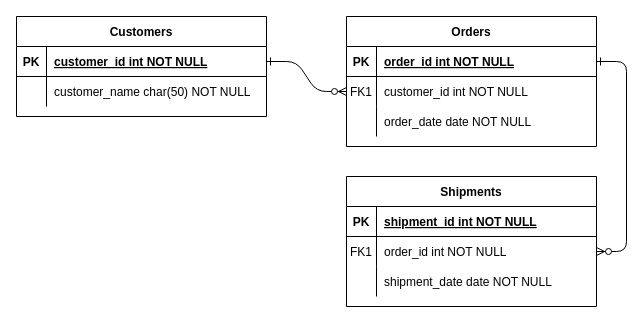
zaimazhar/pikpv2 keeps this draw.io diagram as drawing/Untitled Diagram.drawio. Above is the earlier version. Source tidied: cells renumbered, new cells numbered last; positions are measured from the earlier drawing's top-left corner, leaving out a move shared by most shapes. Both pictures are drawn from the tidied source at 100%, with x=0, y=0 at pixel (16, 16).
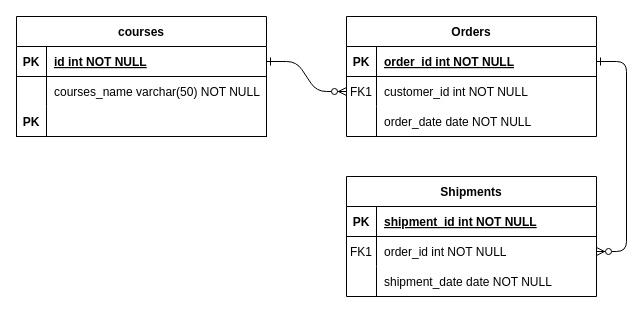
The same diagram, later.

The change refers to these unchanged cells:
```xml
<mxCell id="25" style="shape=partialRectangle;fillColor=none;points=[[0,0.5],[1,0.5]];portConstraint=eastwest;top=0;left=0;right=0;bottom=1;" parent="24" vertex="1">
  <mxGeometry y="30" width="250" height="30" as="geometry" />
</mxCell>
<mxCell id="28" style="shape=partialRectangle;fillColor=none;top=0;left=0;right=0;bottom=0;" parent="24" vertex="1">
  <mxGeometry y="60" width="250" height="30" as="geometry" />
</mxCell>
```

Diff of the diagram source:
```diff
@@
     <mxCell id="4" value="Orders" style="shape=table;startSize=30;childLayout=tableLayout;rowLines=0;fontStyle=1;align=center;" parent="1" vertex="1">
-      <mxGeometry x="330" width="250" height="130" as="geometry" />
+      <mxGeometry x="330" width="250" height="120" as="geometry" />
     </mxCell>
@@
     <mxCell id="14" value="Shipments" style="shape=table;startSize=30;childLayout=tableLayout;rowLines=0;fontStyle=1;align=center;" parent="1" vertex="1">
-      <mxGeometry x="330" y="160" width="250" height="130" as="geometry" />
+      <mxGeometry x="330" y="160" width="250" height="120" as="geometry" />
     </mxCell>
@@
-    <mxCell id="24" value="Customers" style="shape=table;startSize=30;childLayout=tableLayout;rowLines=0;fontStyle=1;align=center;" parent="1" vertex="1">
-      <mxGeometry width="250" height="100" as="geometry" />
+    <mxCell id="24" value="courses" style="shape=table;startSize=30;childLayout=tableLayout;rowLines=0;fontStyle=1;align=center;" parent="1" vertex="1">
+      <mxGeometry width="250" height="120" as="geometry" />
     </mxCell>
@@
-    <mxCell id="27" value="customer_id int NOT NULL " style="shape=partialRectangle;overflow=hidden;fillColor=none;top=0;left=0;bottom=0;right=0;align=left;spacingLeft=6;fontStyle=5;" parent="25" vertex="1">
+    <mxCell id="27" value="id int NOT NULL " style="shape=partialRectangle;overflow=hidden;fillColor=none;top=0;left=0;bottom=0;right=0;align=left;spacingLeft=6;fontStyle=5;" parent="25" vertex="1">
       <mxGeometry x="30" width="220" height="30" as="geometry" />
     </mxCell>
@@
-    <mxCell id="30" value="customer_name char(50) NOT NULL" style="shape=partialRectangle;overflow=hidden;fillColor=none;top=0;left=0;bottom=0;right=0;align=left;spacingLeft=6;" parent="28" vertex="1">
+    <mxCell id="30" value="courses_name varchar(50) NOT NULL" style="shape=partialRectangle;overflow=hidden;fillColor=none;top=0;left=0;bottom=0;right=0;align=left;spacingLeft=6;" parent="28" vertex="1">
       <mxGeometry x="30" width="220" height="30" as="geometry" />
     </mxCell>
+    <mxCell id="31" style="shape=tableRow;horizontal=0;startSize=0;swimlaneHead=0;swimlaneBody=0;fillColor=none;top=0;left=0;right=0;bottom=1;" parent="24" vertex="1">
+      <mxGeometry y="90" width="250" height="30" as="geometry" />
+    </mxCell>
+    <mxCell id="32" value="PK" style="shape=partialRectangle;fillColor=none;top=0;left=0;bottom=0;right=0;fontStyle=1;overflow=hidden;" parent="31" vertex="1">
+      <mxGeometry width="30" height="30" as="geometry" />
+    </mxCell>
+    <mxCell id="33" style="shape=partialRectangle;fillColor=none;top=0;left=0;bottom=0;right=0;align=left;spacingLeft=6;fontStyle=5;overflow=hidden;" parent="31" vertex="1">
+      <mxGeometry x="30" width="220" height="30" as="geometry" />
+    </mxCell>
```
